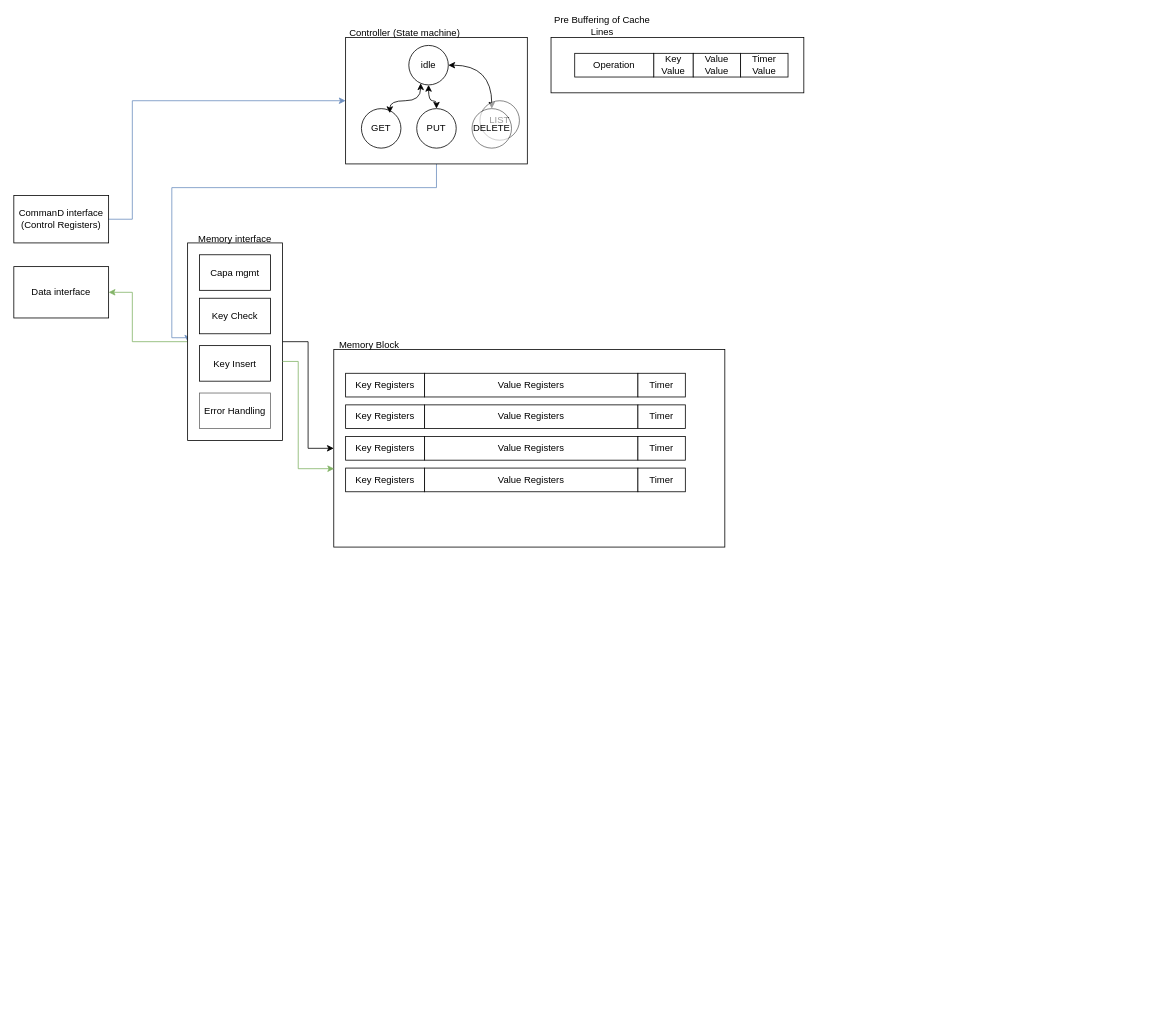
Before: docs/ArchitectureDiagram.drawio in philippHecht98/DyC-RedisCacheLibrelane, a draw.io diagram. Source tidied: cells renumbered, new cells numbered last; positions are measured from the earlier drawing's top-left corner, leaving out a move shared by most shapes. Both pictures are drawn from the tidied source at 79%, with x=0, y=0 at pixel (13, 13).
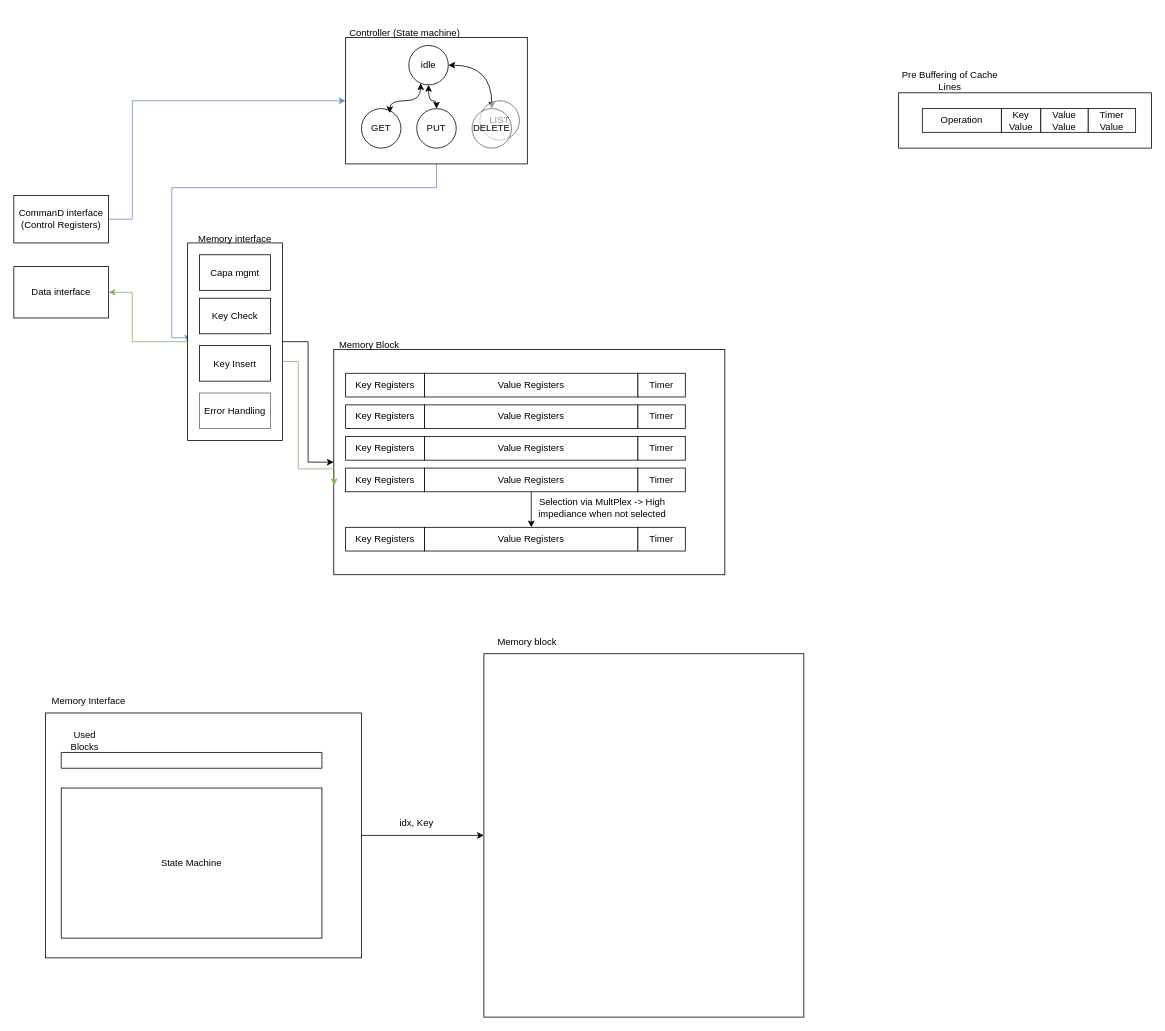
The same page after the edit.

The change refers to these unchanged cells:
```xml
<mxCell id="27" value="Value Registers" style="rounded=0;whiteSpace=wrap;html=1;" parent="1" vertex="1">
  <mxGeometry x="520" y="575" width="270" height="30" as="geometry" />
</mxCell>
```

Change to the diagram source:
```diff
@@
     <mxCell id="15" style="rounded=0;whiteSpace=wrap;html=1;" parent="1" vertex="1">
-      <mxGeometry x="405" y="425" width="495" height="250" as="geometry" />
+      <mxGeometry x="405" y="425" width="495" height="285" as="geometry" />
     </mxCell>
@@
+    <mxCell id="45" style="edgeStyle=orthogonalEdgeStyle;rounded=0;jettySize=auto;html=1;entryX=0.5;entryY=0;entryDx=0;entryDy=0;" parent="1" edge="1" source="27" target="47">
+      <mxGeometry relative="1" as="geometry" />
+    </mxCell>
@@
     <mxCell id="37" style="rounded=0;whiteSpace=wrap;html=1;" parent="1" vertex="1">
-      <mxGeometry x="680" y="30" width="320" height="70" as="geometry" />
+      <mxGeometry x="1120" y="100" width="320" height="70" as="geometry" />
     </mxCell>
     <mxCell id="38" value="Pre Buffering of Cache Lines" style="text;html=1;whiteSpace=wrap;strokeColor=none;fillColor=none;align=center;verticalAlign=middle;rounded=0;" parent="1" vertex="1">
-      <mxGeometry x="680" width="130" height="30" as="geometry" />
+      <mxGeometry x="1120" y="70" width="130" height="30" as="geometry" />
     </mxCell>
     <mxCell id="39" value="Key Value" style="rounded=0;whiteSpace=wrap;html=1;" parent="1" vertex="1">
-      <mxGeometry x="810" y="50" width="50" height="30" as="geometry" />
+      <mxGeometry x="1250" y="120" width="50" height="30" as="geometry" />
     </mxCell>
     <mxCell id="40" value="Value Value" style="rounded=0;whiteSpace=wrap;html=1;" parent="1" vertex="1">
-      <mxGeometry x="860" y="50" width="60" height="30" as="geometry" />
+      <mxGeometry x="1300" y="120" width="60" height="30" as="geometry" />
     </mxCell>
     <mxCell id="41" value="Timer Value" style="rounded=0;whiteSpace=wrap;html=1;" parent="1" vertex="1">
-      <mxGeometry x="920" y="50" width="60" height="30" as="geometry" />
+      <mxGeometry x="1360" y="120" width="60" height="30" as="geometry" />
     </mxCell>
@@
     <mxCell id="44" value="Operation" style="rounded=0;whiteSpace=wrap;html=1;" parent="1" vertex="1">
-      <mxGeometry x="710" y="50" width="100" height="30" as="geometry" />
+      <mxGeometry x="1150" y="120" width="100" height="30" as="geometry" />
     </mxCell>
+    <mxCell id="46" value="Key Registers" style="rounded=0;whiteSpace=wrap;html=1;" parent="1" vertex="1">
+      <mxGeometry x="420" y="650" width="100" height="30" as="geometry" />
+    </mxCell>
+    <mxCell id="47" value="Value Registers" style="rounded=0;whiteSpace=wrap;html=1;" parent="1" vertex="1">
+      <mxGeometry x="520" y="650" width="270" height="30" as="geometry" />
+    </mxCell>
+    <mxCell id="48" value="Timer" style="rounded=0;whiteSpace=wrap;html=1;" parent="1" vertex="1">
+      <mxGeometry x="790" y="650" width="60" height="30" as="geometry" />
+    </mxCell>
+    <mxCell id="49" value="Selection via MultPlex -&amp;gt; High impediance when not selected" style="text;html=1;whiteSpace=wrap;strokeColor=none;fillColor=none;align=center;verticalAlign=middle;rounded=0;" parent="1" vertex="1">
+      <mxGeometry x="660" y="610" width="170" height="30" as="geometry" />
+    </mxCell>
+    <mxCell id="50" style="edgeStyle=orthogonalEdgeStyle;rounded=0;jettySize=auto;html=1;entryX=0;entryY=0.5;entryDx=0;entryDy=0;" parent="1" edge="1" source="51" target="53">
+      <mxGeometry relative="1" as="geometry" />
+    </mxCell>
+    <mxCell id="51" style="rounded=0;whiteSpace=wrap;html=1;" parent="1" vertex="1">
+      <mxGeometry x="40" y="885" width="400" height="310" as="geometry" />
+    </mxCell>
+    <mxCell id="52" value="Memory Interface" style="text;html=1;whiteSpace=wrap;strokeColor=none;fillColor=none;align=center;verticalAlign=middle;rounded=0;" parent="1" vertex="1">
+      <mxGeometry x="40" y="855" width="110" height="30" as="geometry" />
+    </mxCell>
+    <mxCell id="53" style="rounded=0;whiteSpace=wrap;html=1;" parent="1" vertex="1">
+      <mxGeometry x="595" y="810" width="405" height="460" as="geometry" />
+    </mxCell>
+    <mxCell id="54" value="Memory block" style="text;html=1;whiteSpace=wrap;strokeColor=none;fillColor=none;align=center;verticalAlign=middle;rounded=0;" parent="1" vertex="1">
+      <mxGeometry x="595" y="780" width="110" height="30" as="geometry" />
+    </mxCell>
+    <mxCell id="55" style="verticalLabelPosition=bottom;verticalAlign=top;html=1;shape=mxgraph.basic.rect;fillColor2=none;strokeWidth=1;size=20;indent=5;" parent="1" vertex="1">
+      <mxGeometry x="60" y="935" width="330" height="20" as="geometry" />
+    </mxCell>
+    <mxCell id="56" value="idx, Key" style="text;html=1;whiteSpace=wrap;strokeColor=none;fillColor=none;align=center;verticalAlign=middle;rounded=0;" parent="1" vertex="1">
+      <mxGeometry x="480" y="1010" width="60" height="30" as="geometry" />
+    </mxCell>
+    <mxCell id="57" value="Used Blocks" style="text;html=1;whiteSpace=wrap;strokeColor=none;fillColor=none;align=center;verticalAlign=middle;rounded=0;" parent="1" vertex="1">
+      <mxGeometry x="60" y="905" width="60" height="30" as="geometry" />
+    </mxCell>
+    <mxCell id="58" value="State Machine" style="rounded=0;whiteSpace=wrap;html=1;" parent="1" vertex="1">
+      <mxGeometry x="60" y="980" width="330" height="190" as="geometry" />
+    </mxCell>
```
